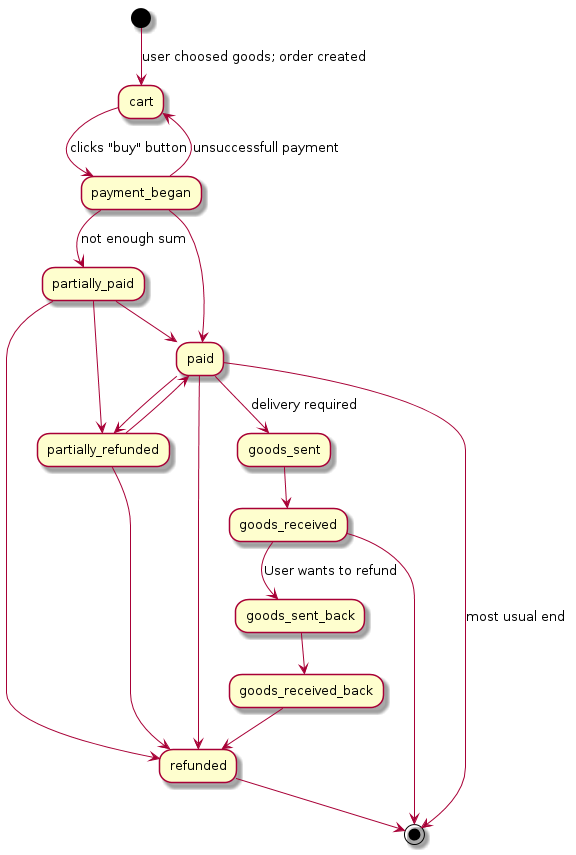
Earlier version of the PlantUML export dia/order-state-graph.png (d9k/pyragrid). Its diagram source:
```plantuml
@startuml

(*) --> [user choosed goods; order created] "cart"
"cart" --> [clicks "buy" button] "payment_began"
"payment_began" --> [unsuccessfull payment] "cart"
"payment_began" --> [not enough sum] "partially_paid"
"payment_began" --> "paid"
"partially_paid" --> "paid"
"partially_paid" --> "partially_refunded"
"partially_paid" --> "refunded"
"paid" --> "partially_refunded"
"paid" --> "refunded"
"paid" --> [delivery required] "goods_sent"
"goods_sent" --> "goods_received"
"goods_received" --> [User wants to refund] "goods_sent_back"
"goods_sent_back" --> "goods_received_back"
"goods_received_back" --> "refunded"
"goods_received" --> (*)
"partially_refunded" --> "refunded"
"partially_refunded" --> "paid"
"refunded" --> (*)
"paid" --> [most usual end] (*)

@enduml
```
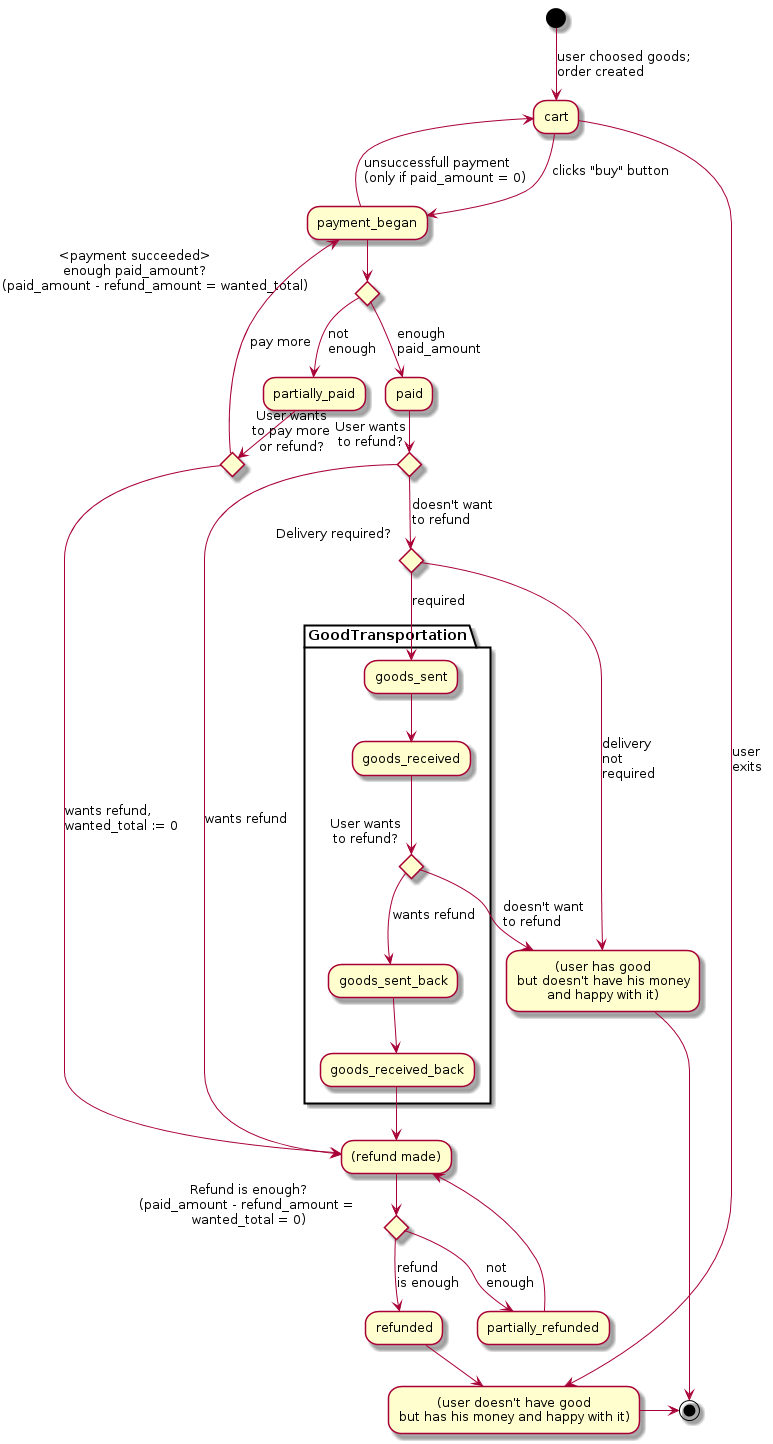
After the change.

Commit message:
order_state_graph v2

Diff of the diagram source:
```diff
@@ -1,24 +1,50 @@
 @startuml
 
-(*) --> [user choosed goods; order created] "cart"
+skinparam defaultTextAlignment left
+
+(*) --> [user choosed goods;\norder created] "cart"
 "cart" --> [clicks "buy" button] "payment_began"
-"payment_began" --> [unsuccessfull payment] "cart"
-"payment_began" --> [not enough sum] "partially_paid"
-"payment_began" --> "paid"
-"partially_paid" --> "paid"
-"partially_paid" --> "partially_refunded"
-"partially_paid" --> "refunded"
-"paid" --> "partially_refunded"
-"paid" --> "refunded"
-"paid" --> [delivery required] "goods_sent"
-"goods_sent" --> "goods_received"
-"goods_received" --> [User wants to refund] "goods_sent_back"
-"goods_sent_back" --> "goods_received_back"
-"goods_received_back" --> "refunded"
-"goods_received" --> (*)
-"partially_refunded" --> "refunded"
-"partially_refunded" --> "paid"
-"refunded" --> (*)
-"paid" --> [most usual end] (*)
+"cart" --> [user\nexits] "(user doesn't have good\nbut has his money and happy with it)"
+"(user has good\nbut doesn't have his money\nand happy with it)" --> (*)
+"refunded" --> "(user doesn't have good\nbut has his money and happy with it)"
+"(user doesn't have good\nbut has his money and happy with it)" -> (*)
+
+"payment_began" --> [unsuccessfull payment\n(only if paid_amount = 0)] "cart"
+"payment_began" --> if "<payment succeeded>\nenough paid_amount?\n          (paid_amount - refund_amount = wanted_total)" then
+    --> [enough\npaid_amount] "paid"
+    if "User wants\nto refund?" then
+		--> [wants refund] "(refund made)"
+	else
+	    [doesn't want\nto refund] if "Delivery required?" then
+	    	partition GoodTransportation {
+		        --> [required] "goods_sent"
+		        "goods_sent" --> "goods_received"
+				"goods_sent_back" --> "goods_received_back"
+				"goods_received" --> if "User wants\nto refund?" then
+					--> [wants refund] "goods_sent_back"
+				else
+					--> [doesn't want\nto refund] "(user has good\nbut doesn't have his money\nand happy with it)"
+				endif
+		    }
+		else
+		    --> [delivery\nnot\nrequired] "(user has good\nbut doesn't have his money\nand happy with it)"
+		endif
+	endif
+else
+    --> [not\nenough] "partially_paid"
+    if "User wants\nto pay more\nor refund?" then
+        --> [pay more] "payment_began"
+    else
+        --> [wants refund,\nwanted_total := 0] "(refund made)"
+        if "Refund is enough?\n(paid_amount - refund_amount = \nwanted_total = 0)" then
+            --> [refund\nis enough] "refunded"
+        else
+            --> [not\nenough] "partially_refunded"
+        endif
+    endif
+endif
+
+"goods_received_back" --> "(refund made)"
+"partially_refunded" --> "(refund made)"
 
 @enduml
```
